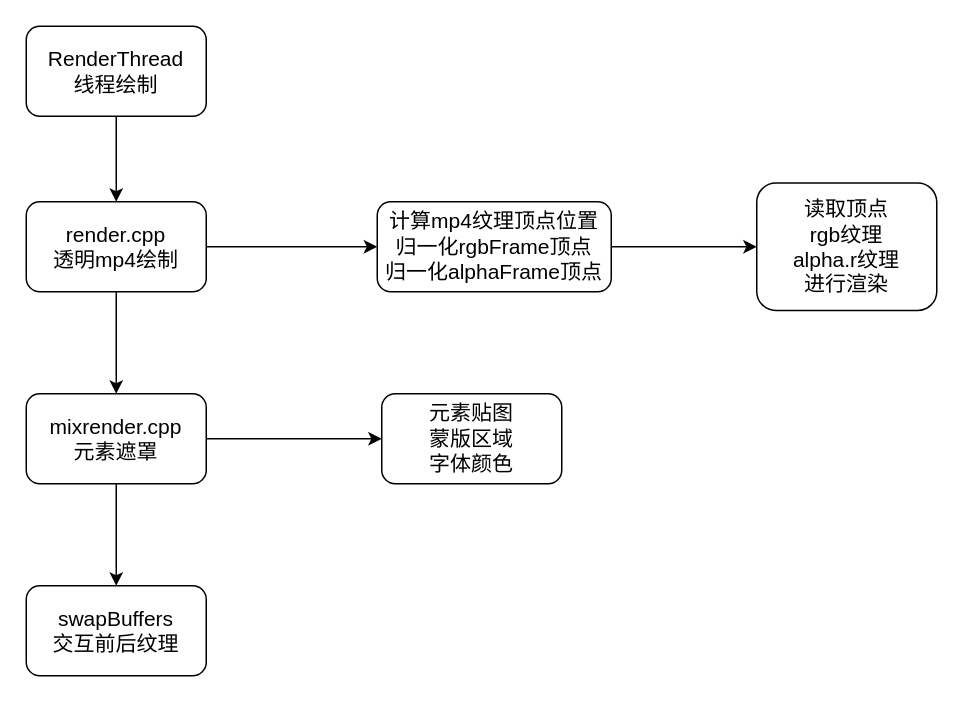
Above: page "Page-4" (4 of 4) of YYEVA.drawio in cangwang/news (draw.io), before the change. Source tidied: cells renumbered, new cells numbered last; positions are measured from the earlier drawing's top-left corner, leaving out a move shared by most shapes. Both pictures are drawn from the tidied source at 150%, with x=0, y=0 at pixel (26, 26).
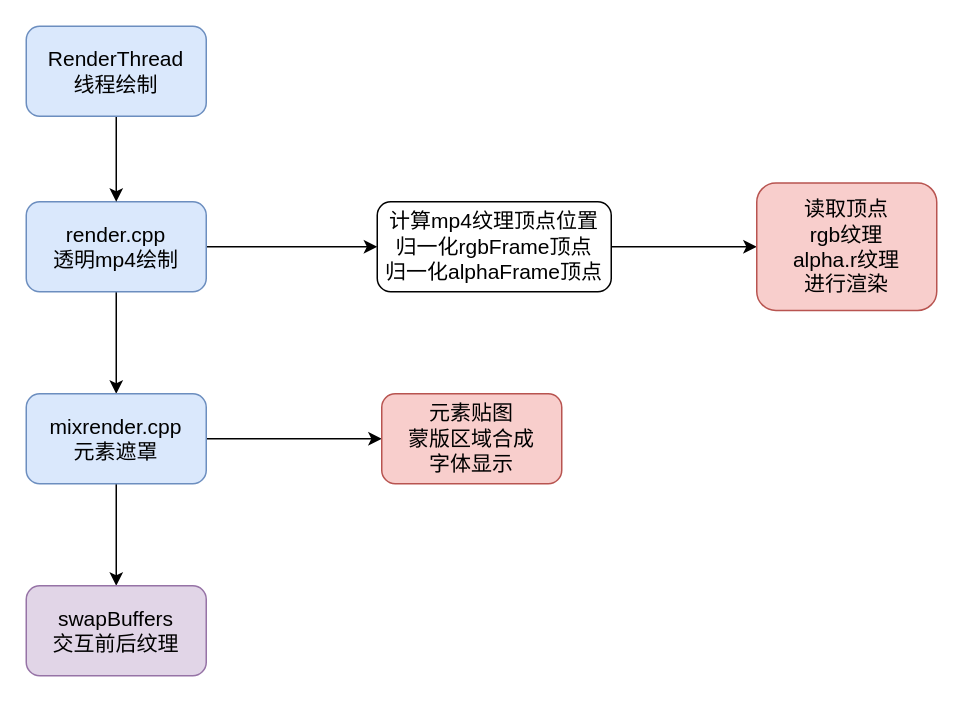
Above is the later version.

What changed in the source:
```diff
@@
 <mxGraphModel>
   <root>
     <mxCell id="0" />
     <mxCell id="1" parent="0" />
     <mxCell id="2" style="edgeStyle=orthogonalEdgeStyle;rounded=0;jettySize=auto;html=1;exitX=1;exitY=0.5;exitDx=0;exitDy=0;fontSize=14;" parent="1" edge="1" source="4" target="9">
       <mxGeometry relative="1" as="geometry" />
     </mxCell>
     <mxCell id="3" style="edgeStyle=orthogonalEdgeStyle;rounded=0;jettySize=auto;html=1;exitX=0.5;exitY=1;exitDx=0;exitDy=0;fontSize=14;" parent="1" edge="1" source="4" target="7">
       <mxGeometry relative="1" as="geometry" />
     </mxCell>
-    <mxCell id="4" value="render.cpp&lt;br&gt;透明mp4绘制" style="rounded=1;whiteSpace=wrap;html=1;fontSize=14;fillColor=default;" parent="1" vertex="1">
+    <mxCell id="4" value="render.cpp&lt;br&gt;透明mp4绘制" style="rounded=1;whiteSpace=wrap;html=1;fontSize=14;fillColor=#dae8fc;strokeColor=#6c8ebf;" parent="1" vertex="1">
       <mxGeometry y="117" width="120" height="60" as="geometry" />
     </mxCell>
     <mxCell id="5" style="edgeStyle=orthogonalEdgeStyle;rounded=0;jettySize=auto;html=1;exitX=1;exitY=0.5;exitDx=0;exitDy=0;fontSize=14;" parent="1" edge="1" source="7" target="11">
       <mxGeometry relative="1" as="geometry" />
     </mxCell>
     <mxCell id="6" style="edgeStyle=orthogonalEdgeStyle;rounded=0;jettySize=auto;html=1;exitX=0.5;exitY=1;exitDx=0;exitDy=0;fontSize=14;" parent="1" edge="1" source="7" target="12">
       <mxGeometry relative="1" as="geometry" />
     </mxCell>
-    <mxCell id="7" value="mixrender.cpp&lt;br&gt;元素遮罩" style="rounded=1;whiteSpace=wrap;html=1;fontSize=14;fillColor=default;" parent="1" vertex="1">
+    <mxCell id="7" value="mixrender.cpp&lt;br&gt;元素遮罩" style="rounded=1;whiteSpace=wrap;html=1;fontSize=14;fillColor=#dae8fc;strokeColor=#6c8ebf;" parent="1" vertex="1">
       <mxGeometry y="245" width="120" height="60" as="geometry" />
     </mxCell>
     <mxCell id="8" style="edgeStyle=orthogonalEdgeStyle;rounded=0;jettySize=auto;html=1;exitX=1;exitY=0.5;exitDx=0;exitDy=0;fontSize=14;" parent="1" edge="1" source="9" target="10">
       <mxGeometry relative="1" as="geometry" />
     </mxCell>
     <mxCell id="9" value="计算mp4纹理顶点位置&lt;br&gt;归一化rgbFrame顶点&lt;br&gt;归一化alphaFrame顶点" style="rounded=1;whiteSpace=wrap;html=1;fontSize=14;fillColor=default;" parent="1" vertex="1">
       <mxGeometry x="234" y="117" width="156" height="60" as="geometry" />
     </mxCell>
-    <mxCell id="10" value="读取顶点&lt;br&gt;rgb纹理&lt;br&gt;alpha.r纹理&lt;br&gt;进行渲染" style="rounded=1;whiteSpace=wrap;html=1;fontSize=14;fillColor=default;" parent="1" vertex="1">
+    <mxCell id="10" value="读取顶点&lt;br&gt;rgb纹理&lt;br&gt;alpha.r纹理&lt;br&gt;进行渲染" style="rounded=1;whiteSpace=wrap;html=1;fontSize=14;fillColor=#f8cecc;strokeColor=#b85450;" parent="1" vertex="1">
       <mxGeometry x="487" y="104.5" width="120" height="85" as="geometry" />
     </mxCell>
-    <mxCell id="11" value="元素贴图&lt;br&gt;蒙版区域&lt;br&gt;字体颜色" style="rounded=1;whiteSpace=wrap;html=1;fontSize=14;fillColor=default;" parent="1" vertex="1">
+    <mxCell id="11" value="元素贴图&lt;br&gt;蒙版区域合成&lt;br&gt;字体显示" style="rounded=1;whiteSpace=wrap;html=1;fontSize=14;fillColor=#f8cecc;strokeColor=#b85450;" parent="1" vertex="1">
       <mxGeometry x="237" y="245" width="120" height="60" as="geometry" />
     </mxCell>
-    <mxCell id="12" value="swapBuffers&lt;br&gt;交互前后纹理" style="rounded=1;whiteSpace=wrap;html=1;fontSize=14;fillColor=default;" parent="1" vertex="1">
+    <mxCell id="12" value="swapBuffers&lt;br&gt;交互前后纹理" style="rounded=1;whiteSpace=wrap;html=1;fontSize=14;fillColor=#e1d5e7;strokeColor=#9673a6;" parent="1" vertex="1">
       <mxGeometry y="373" width="120" height="60" as="geometry" />
     </mxCell>
     <mxCell id="13" style="edgeStyle=orthogonalEdgeStyle;rounded=0;jettySize=auto;html=1;exitX=0.5;exitY=1;exitDx=0;exitDy=0;fontSize=14;" parent="1" edge="1" source="14" target="4">
       <mxGeometry relative="1" as="geometry" />
     </mxCell>
-    <mxCell id="14" value="RenderThread&lt;br&gt;线程绘制" style="rounded=1;whiteSpace=wrap;html=1;fontSize=14;fillColor=default;" parent="1" vertex="1">
+    <mxCell id="14" value="RenderThread&lt;br&gt;线程绘制" style="rounded=1;whiteSpace=wrap;html=1;fontSize=14;fillColor=#dae8fc;strokeColor=#6c8ebf;" parent="1" vertex="1">
       <mxGeometry width="120" height="60" as="geometry" />
     </mxCell>
   </root>
 </mxGraphModel>
```
